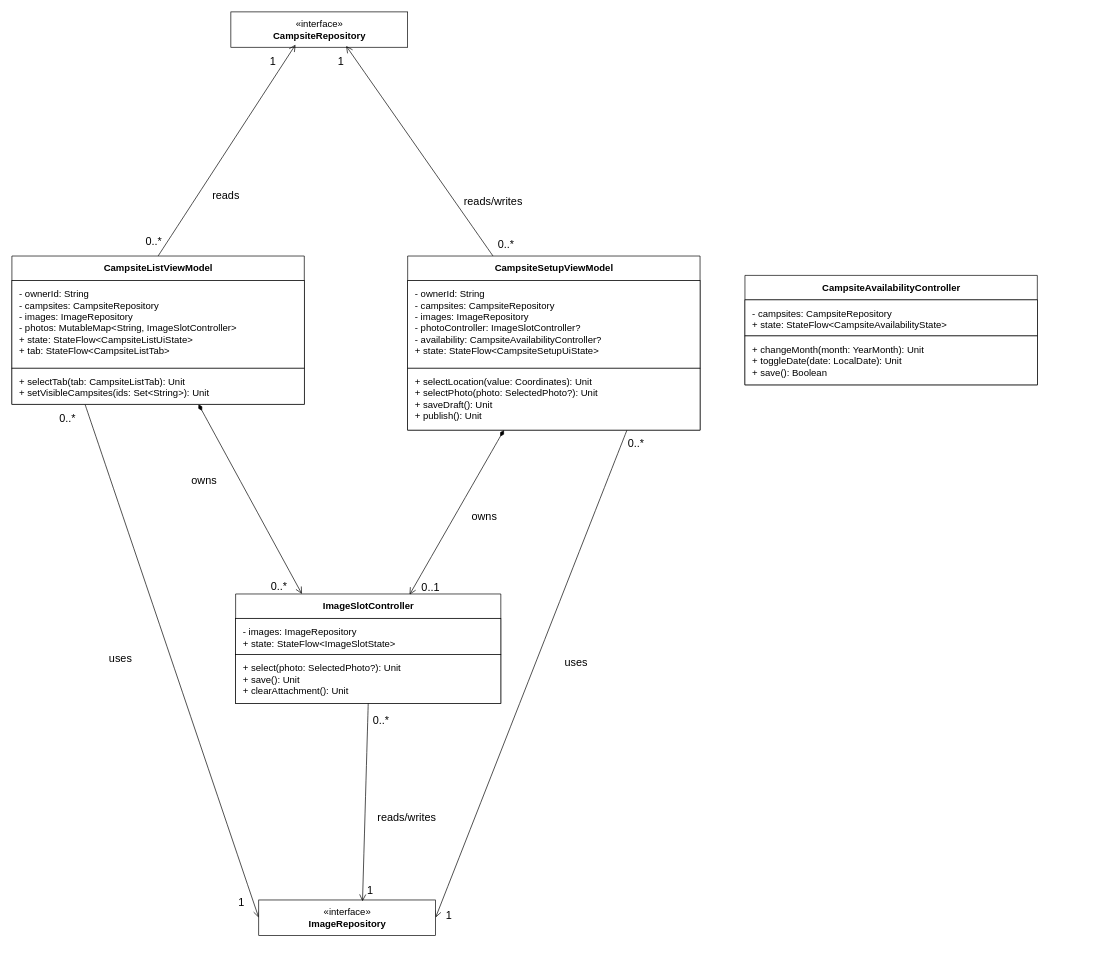
Before: page "U2B" (2 of 2) of doc/UML.drawio in CMPUT301F26stderr/stderr-campsbridge, a draw.io diagram. Source tidied: cells renumbered, new cells numbered last; positions are measured from the earlier drawing's top-left corner, leaving out a move shared by most shapes. Both pictures are drawn from the tidied source at 68%, with x=0, y=0 at pixel (12, 12).
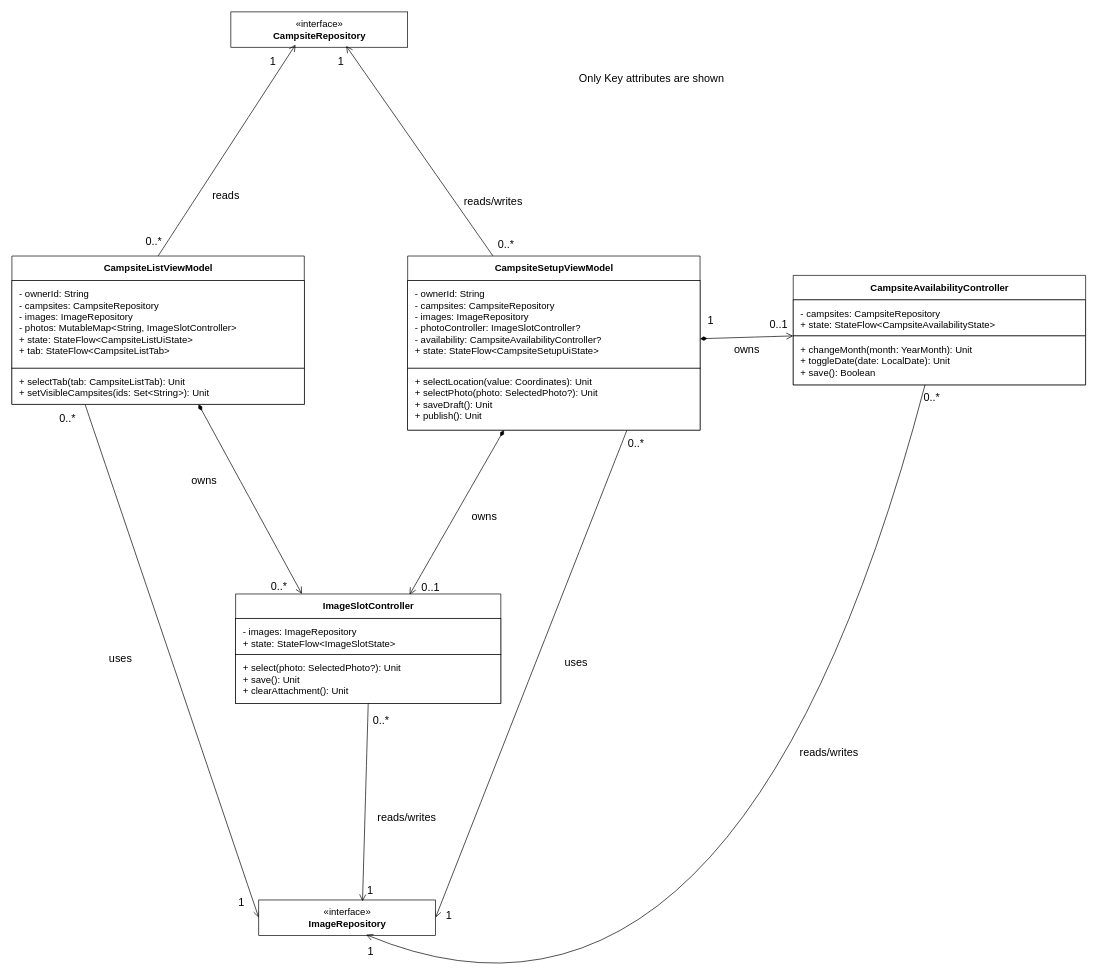
After the change.

Commit message:
finished implementing U2B

Unchanged cells that the change refers to:
```xml
<mxCell id="8" value="&lt;b&gt;CampsiteSetupViewModel&lt;/b&gt;" style="html=1;rounded=0;fontFamily=Arial;fontSize=14;fontColor=#000000;strokeWidth=1;fillColor=#ffffff;strokeColor=#000000;shape=swimlane;startSize=36;swimlaneFillColor=#ffffff;" parent="1" vertex="1">
  <mxGeometry x="582" y="359" width="430" height="256" as="geometry" />
</mxCell>
<mxCell id="28" value="&lt;div&gt;«interface»&lt;/div&gt;&lt;b&gt;ImageRepository&lt;/b&gt;" style="html=1;rounded=0;fontFamily=Arial;fontSize=14;fontColor=#000000;strokeWidth=1;fillColor=#ffffff;strokeColor=#000000;" parent="1" vertex="1">
  <mxGeometry x="363" y="1306" width="260" height="52" as="geometry" />
</mxCell>
<mxCell id="41" value="+ changeMonth(month: YearMonth): Unit&lt;br&gt;+ toggleDate(date: LocalDate): Unit&lt;br&gt;+ save(): Boolean" style="html=1;rounded=0;fontFamily=Arial;fontSize=14;fontColor=#000000;strokeWidth=1;fillColor=#ffffff;strokeColor=#000000;align=left;verticalAlign=top;spacingLeft=9;spacingTop=5;" parent="39" vertex="1">
  <mxGeometry y="89" width="430" height="72" as="geometry" />
</mxCell>
```

Diff of the diagram source:
```diff
@@
+    <mxCell id="42" style="edgeStyle=none;curved=1;rounded=0;curveGeometry=1;jettySize=auto;html=1;entryX=0;entryY=0;entryDx=0;entryDy=0;fontSize=12;defaultLabelBackgroundColor=page;startSize=8;endSize=8;startArrow=diamondThin;startFill=1;endArrow=open;endFill=0;" parent="1" edge="1" source="8" target="41">
+      <mxGeometry relative="1" as="geometry" />
+    </mxCell>
@@
     <mxCell id="39" value="&lt;b&gt;CampsiteAvailabilityController&lt;/b&gt;" style="html=1;rounded=0;fontFamily=Arial;fontSize=14;fontColor=#000000;strokeWidth=1;fillColor=#ffffff;strokeColor=#000000;shape=swimlane;startSize=36;swimlaneFillColor=#ffffff;" parent="1" vertex="1">
-      <mxGeometry x="1078" y="387.5" width="430" height="161" as="geometry" />
+      <mxGeometry x="1149" y="387.5" width="430" height="161" as="geometry" />
     </mxCell>
@@
+    <mxCell id="43" value="owns" style="text;html=1;whiteSpace=wrap;strokeColor=none;fillColor=none;align=center;verticalAlign=middle;rounded=0;fontSize=16;" parent="1" vertex="1">
+      <mxGeometry x="1051" y="481" width="60" height="30" as="geometry" />
+    </mxCell>
+    <mxCell id="44" value="1" style="text;html=1;whiteSpace=wrap;strokeColor=none;fillColor=none;align=center;verticalAlign=middle;rounded=0;fontSize=16;" parent="1" vertex="1">
+      <mxGeometry x="998" y="438" width="60" height="30" as="geometry" />
+    </mxCell>
+    <mxCell id="45" value="0..1" style="text;html=1;whiteSpace=wrap;strokeColor=none;fillColor=none;align=center;verticalAlign=middle;rounded=0;fontSize=16;" parent="1" vertex="1">
+      <mxGeometry x="1098" y="444.5" width="60" height="30" as="geometry" />
+    </mxCell>
+    <mxCell id="46" style="edgeStyle=none;curved=1;rounded=0;curveGeometry=1;jettySize=auto;html=1;entryX=0.607;entryY=0.981;entryDx=0;entryDy=0;entryPerimeter=0;fontSize=12;defaultLabelBackgroundColor=page;startSize=8;endSize=8;endArrow=open;endFill=0;" parent="1" edge="1" source="39" target="28">
+      <mxGeometry relative="1" as="geometry">
+        <Array as="points">
+          <mxPoint x="1070" y="1585.3" />
+        </Array>
+      </mxGeometry>
+    </mxCell>
+    <mxCell id="47" value="reads/writes" style="text;html=1;whiteSpace=wrap;strokeColor=none;fillColor=none;align=center;verticalAlign=middle;rounded=0;fontSize=16;" parent="1" vertex="1">
+      <mxGeometry x="1172" y="1074" width="60" height="30" as="geometry" />
+    </mxCell>
+    <mxCell id="48" value="0..*" style="text;html=1;whiteSpace=wrap;strokeColor=none;fillColor=none;align=center;verticalAlign=middle;rounded=0;fontSize=16;" parent="1" vertex="1">
+      <mxGeometry x="1323" y="551" width="60" height="30" as="geometry" />
+    </mxCell>
+    <mxCell id="49" value="1" style="text;html=1;whiteSpace=wrap;strokeColor=none;fillColor=none;align=center;verticalAlign=middle;rounded=0;fontSize=16;" parent="1" vertex="1">
+      <mxGeometry x="498" y="1367" width="60" height="30" as="geometry" />
+    </mxCell>
+    <mxCell id="50" value="Only Key attributes are shown" style="text;html=1;whiteSpace=wrap;strokeColor=none;fillColor=none;align=center;verticalAlign=middle;rounded=0;fontSize=16;" parent="1" vertex="1">
+      <mxGeometry x="776" y="82" width="330" height="30" as="geometry" />
+    </mxCell>
```
